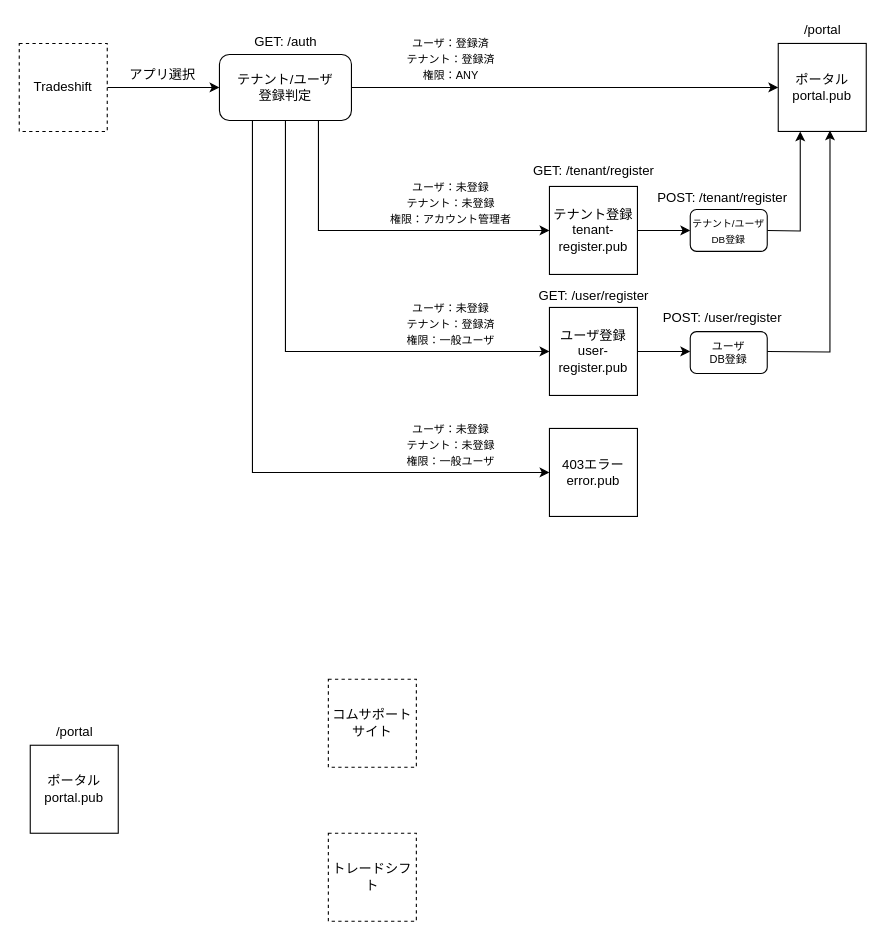
Before: Documents/views.dio in Rakib-dova/BCD-portal-dova, a draw.io diagram. Source tidied: cells renumbered, new cells numbered last; positions are measured from the earlier drawing's top-left corner, leaving out a move shared by most shapes. Both pictures are drawn from the tidied source at 110%, with x=0, y=0 at pixel (19, 19).
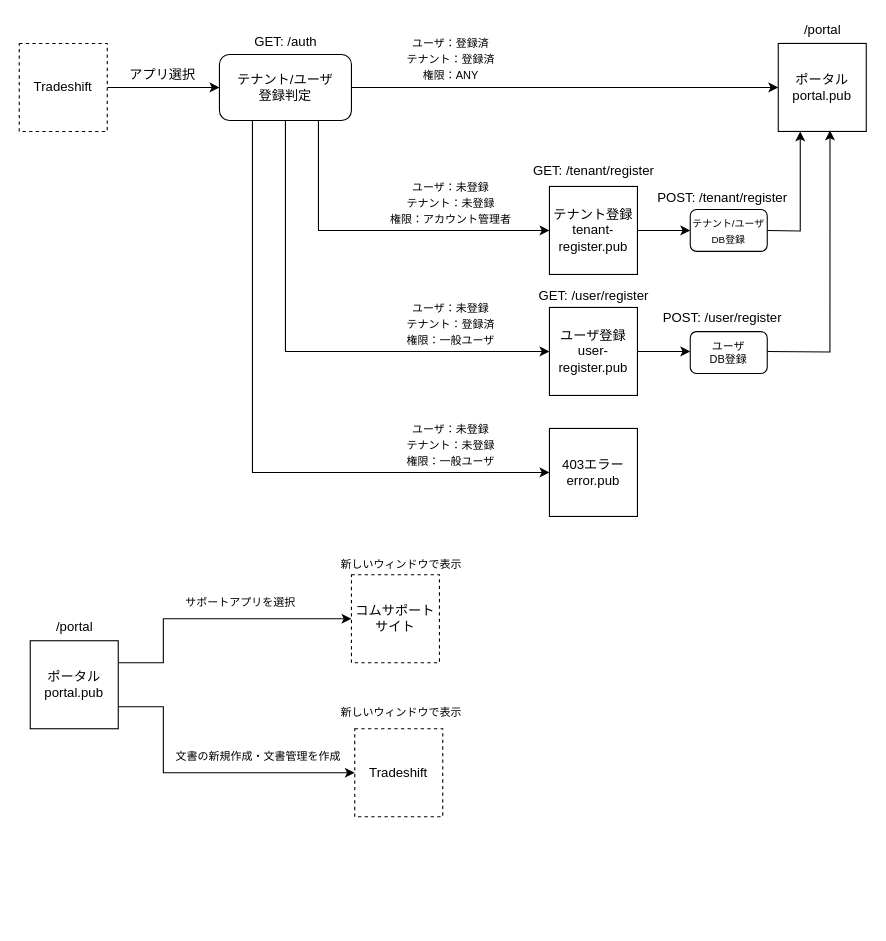
Above is the later version.

What changed in the source:
```diff
@@
+    <mxCell id="34" style="edgeStyle=orthogonalEdgeStyle;rounded=0;jettySize=auto;html=1;exitX=1;exitY=0.25;exitDx=0;exitDy=0;entryX=0;entryY=0.5;entryDx=0;entryDy=0;" parent="1" edge="1" source="30" target="31">
+      <mxGeometry relative="1" as="geometry">
+        <Array as="points">
+          <mxPoint x="131" y="585" />
+          <mxPoint x="131" y="545" />
+        </Array>
+      </mxGeometry>
+    </mxCell>
+    <mxCell id="35" style="edgeStyle=orthogonalEdgeStyle;rounded=0;jettySize=auto;html=1;exitX=1;exitY=0.75;exitDx=0;exitDy=0;entryX=0;entryY=0.5;entryDx=0;entryDy=0;" parent="1" edge="1" source="30" target="32">
+      <mxGeometry relative="1" as="geometry">
+        <Array as="points">
+          <mxPoint x="131" y="625" />
+          <mxPoint x="131" y="685" />
+        </Array>
+      </mxGeometry>
+    </mxCell>
     <mxCell id="30" value="ポータル&lt;br&gt;portal.pub" style="whiteSpace=wrap;html=1;" parent="1" vertex="1">
-      <mxGeometry x="10" y="660" width="80" height="80" as="geometry" />
+      <mxGeometry x="10" y="565" width="80" height="80" as="geometry" />
     </mxCell>
     <mxCell id="31" value="コムサポートサイト" style="whiteSpace=wrap;html=1;dashed=1;" parent="1" vertex="1">
-      <mxGeometry x="281" y="600" width="80" height="80" as="geometry" />
+      <mxGeometry x="302" y="505" width="80" height="80" as="geometry" />
     </mxCell>
-    <mxCell id="32" value="トレードシフト" style="whiteSpace=wrap;html=1;dashed=1;" parent="1" vertex="1">
-      <mxGeometry x="281" y="740" width="80" height="80" as="geometry" />
+    <mxCell id="32" value="Tradeshift" style="whiteSpace=wrap;html=1;dashed=1;" parent="1" vertex="1">
+      <mxGeometry x="305" y="645" width="80" height="80" as="geometry" />
     </mxCell>
     <mxCell id="33" value="/portal" style="text;html=1;align=center;verticalAlign=middle;" parent="1" vertex="1">
-      <mxGeometry x="25" y="638" width="50" height="20" as="geometry" />
+      <mxGeometry x="25" y="543" width="50" height="20" as="geometry" />
     </mxCell>
+    <mxCell id="36" value="&lt;font style=&quot;font-size: 10px&quot;&gt;サポートアプリを選択&lt;/font&gt;" style="text;html=1;align=center;verticalAlign=middle;" parent="1" vertex="1">
+      <mxGeometry x="141" y="520" width="120" height="20" as="geometry" />
+    </mxCell>
+    <mxCell id="37" value="文書の新規作成・文書管理を作成" style="text;html=1;align=center;verticalAlign=middle;fontSize=10;" parent="1" vertex="1">
+      <mxGeometry x="132" y="660" width="170" height="20" as="geometry" />
+    </mxCell>
+    <mxCell id="38" value="新しいウィンドウで表示" style="text;html=1;align=center;verticalAlign=middle;fontSize=10;" parent="1" vertex="1">
+      <mxGeometry x="282" y="485" width="130" height="20" as="geometry" />
+    </mxCell>
+    <mxCell id="39" value="新しいウィンドウで表示" style="text;html=1;align=center;verticalAlign=middle;fontSize=10;" parent="1" vertex="1">
+      <mxGeometry x="282" y="620" width="130" height="20" as="geometry" />
+    </mxCell>
```
